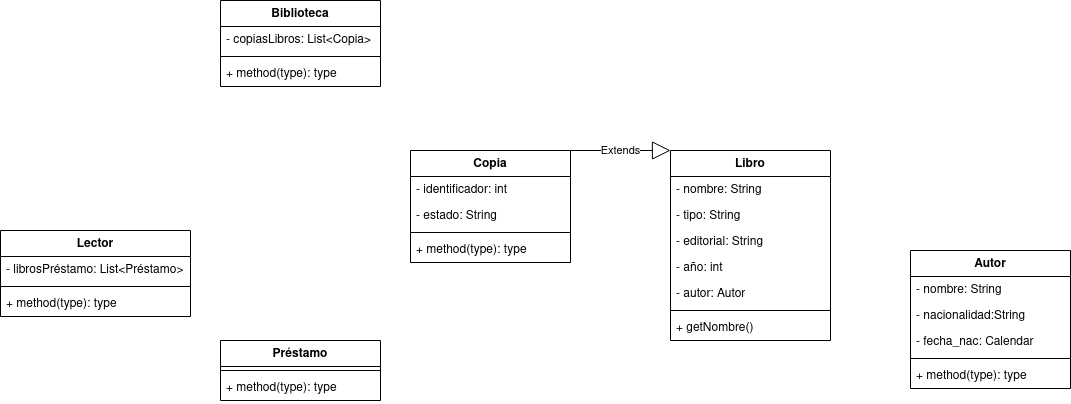
mackstm/ets keeps this draw.io diagram as unidad-4/biblioteca-maxi.png. Above is the earlier version. Source tidied: cells renumbered, new cells last; positions are measured from the earlier drawing's top-left corner, leaving out a move shared by most shapes.
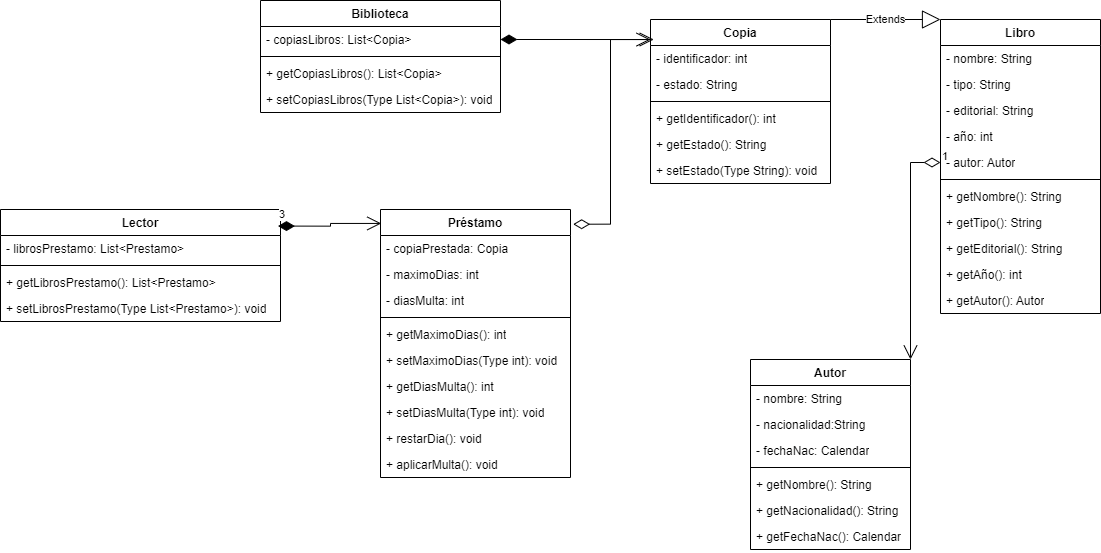
After the commit.

Diff of the diagram source:
```diff
@@ -3,19 +3,22 @@
     <mxCell id="0" />
     <mxCell id="1" parent="0" />
     <mxCell id="2" value="Biblioteca" style="swimlane;fontStyle=1;align=center;verticalAlign=top;horizontal=1;startSize=26;whiteSpace=wrap;html=1;" parent="1" vertex="1">
-      <mxGeometry x="220" width="160" height="86" as="geometry" />
+      <mxGeometry x="-10" y="131" width="240" height="112" as="geometry" />
     </mxCell>
     <mxCell id="3" value="- copiasLibros: List&amp;lt;Copia&amp;gt;" style="text;strokeColor=none;fillColor=none;align=left;verticalAlign=top;spacingLeft=4;spacingRight=4;overflow=hidden;points=[[0,0.5],[1,0.5]];portConstraint=eastwest;whiteSpace=wrap;html=1;" parent="2" vertex="1">
-      <mxGeometry y="26" width="160" height="26" as="geometry" />
+      <mxGeometry y="26" width="240" height="26" as="geometry" />
     </mxCell>
     <mxCell id="4" style="line;strokeWidth=1;fillColor=none;align=left;verticalAlign=middle;spacingTop=-1;spacingLeft=3;spacingRight=3;labelPosition=right;strokeColor=inherit;" parent="2" vertex="1">
-      <mxGeometry y="52" width="160" height="8" as="geometry" />
+      <mxGeometry y="52" width="240" height="8" as="geometry" />
     </mxCell>
-    <mxCell id="5" value="+ method(type): type" style="text;strokeColor=none;fillColor=none;align=left;verticalAlign=top;spacingLeft=4;spacingRight=4;overflow=hidden;whiteSpace=wrap;html=1;" parent="2" vertex="1">
-      <mxGeometry y="60" width="160" height="26" as="geometry" />
+    <mxCell id="5" value="+ getCopiasLibros(): List&amp;lt;Copia&amp;gt;" style="text;strokeColor=none;fillColor=none;align=left;verticalAlign=top;spacingLeft=4;spacingRight=4;overflow=hidden;whiteSpace=wrap;html=1;" parent="2" vertex="1">
+      <mxGeometry y="60" width="240" height="26" as="geometry" />
     </mxCell>
+    <mxCell id="33" value="+ setCopiasLibros(Type List&amp;lt;Copia&amp;gt;): void" style="text;strokeColor=none;fillColor=none;align=left;verticalAlign=top;spacingLeft=4;spacingRight=4;overflow=hidden;whiteSpace=wrap;html=1;" parent="2" vertex="1">
+      <mxGeometry y="86" width="240" height="26" as="geometry" />
+    </mxCell>
     <mxCell id="6" value="Libro" style="swimlane;fontStyle=1;align=center;verticalAlign=top;horizontal=1;startSize=26;whiteSpace=wrap;html=1;" parent="1" vertex="1">
-      <mxGeometry x="670" y="150" width="160" height="190" as="geometry" />
+      <mxGeometry x="670" y="150" width="160" height="294" as="geometry" />
     </mxCell>
     <mxCell id="7" value="&lt;div&gt;- nombre: String&lt;/div&gt;" style="text;strokeColor=none;fillColor=none;align=left;verticalAlign=top;spacingLeft=4;spacingRight=4;overflow=hidden;whiteSpace=wrap;html=1;" parent="6" vertex="1">
       <mxGeometry y="26" width="160" height="26" as="geometry" />
@@ -35,11 +38,23 @@
     <mxCell id="12" style="line;strokeWidth=1;fillColor=none;align=left;verticalAlign=middle;spacingTop=-1;spacingLeft=3;spacingRight=3;labelPosition=right;strokeColor=inherit;" parent="6" vertex="1">
       <mxGeometry y="156" width="160" height="8" as="geometry" />
     </mxCell>
+    <mxCell id="34" value="+ getNombre(): String" style="text;strokeColor=none;fillColor=none;align=left;verticalAlign=top;spacingLeft=4;spacingRight=4;overflow=hidden;whiteSpace=wrap;html=1;" parent="6" vertex="1">
+      <mxGeometry y="164" width="160" height="26" as="geometry" />
+    </mxCell>
+    <mxCell id="35" value="+ getTipo(): String" style="text;strokeColor=none;fillColor=none;align=left;verticalAlign=top;spacingLeft=4;spacingRight=4;overflow=hidden;whiteSpace=wrap;html=1;" parent="6" vertex="1">
+      <mxGeometry y="190" width="160" height="26" as="geometry" />
+    </mxCell>
-    <mxCell id="13" value="+ getNombre()" style="text;strokeColor=none;fillColor=none;align=left;verticalAlign=top;spacingLeft=4;spacingRight=4;overflow=hidden;whiteSpace=wrap;html=1;" parent="6" vertex="1">
-      <mxGeometry y="164" width="160" height="26" as="geometry" />
+    <mxCell id="13" value="+ getEditorial(): String" style="text;strokeColor=none;fillColor=none;align=left;verticalAlign=top;spacingLeft=4;spacingRight=4;overflow=hidden;whiteSpace=wrap;html=1;" parent="6" vertex="1">
+      <mxGeometry y="216" width="160" height="26" as="geometry" />
     </mxCell>
+    <mxCell id="36" value="+ getAño(): int" style="text;strokeColor=none;fillColor=none;align=left;verticalAlign=top;spacingLeft=4;spacingRight=4;overflow=hidden;whiteSpace=wrap;html=1;" parent="6" vertex="1">
+      <mxGeometry y="242" width="160" height="26" as="geometry" />
+    </mxCell>
+    <mxCell id="37" value="+ getAutor(): Autor" style="text;strokeColor=none;fillColor=none;align=left;verticalAlign=top;spacingLeft=4;spacingRight=4;overflow=hidden;whiteSpace=wrap;html=1;" parent="6" vertex="1">
+      <mxGeometry y="268" width="160" height="26" as="geometry" />
+    </mxCell>
     <mxCell id="14" value="Autor" style="swimlane;fontStyle=1;align=center;verticalAlign=top;horizontal=1;startSize=26;whiteSpace=wrap;html=1;" parent="1" vertex="1">
-      <mxGeometry x="910" y="250" width="160" height="138" as="geometry" />
+      <mxGeometry x="480" y="490" width="160" height="190" as="geometry" />
     </mxCell>
     <mxCell id="15" value="&lt;div&gt;- nombre: String&lt;/div&gt;" style="text;strokeColor=none;fillColor=none;align=left;verticalAlign=top;spacingLeft=4;spacingRight=4;overflow=hidden;whiteSpace=wrap;html=1;" parent="14" vertex="1">
       <mxGeometry y="26" width="160" height="26" as="geometry" />
@@ -47,53 +62,111 @@
     <mxCell id="16" value="- nacionalidad:String" style="text;strokeColor=none;fillColor=none;align=left;verticalAlign=top;spacingLeft=4;spacingRight=4;overflow=hidden;whiteSpace=wrap;html=1;" parent="14" vertex="1">
       <mxGeometry y="52" width="160" height="26" as="geometry" />
     </mxCell>
-    <mxCell id="17" value="- fecha_nac: Calendar" style="text;strokeColor=none;fillColor=none;align=left;verticalAlign=top;spacingLeft=4;spacingRight=4;overflow=hidden;whiteSpace=wrap;html=1;" parent="14" vertex="1">
+    <mxCell id="17" value="- fechaNac: Calendar" style="text;strokeColor=none;fillColor=none;align=left;verticalAlign=top;spacingLeft=4;spacingRight=4;overflow=hidden;whiteSpace=wrap;html=1;" parent="14" vertex="1">
       <mxGeometry y="78" width="160" height="26" as="geometry" />
     </mxCell>
     <mxCell id="18" style="line;strokeWidth=1;fillColor=none;align=left;verticalAlign=middle;spacingTop=-1;spacingLeft=3;spacingRight=3;labelPosition=right;strokeColor=inherit;" parent="14" vertex="1">
       <mxGeometry y="104" width="160" height="8" as="geometry" />
     </mxCell>
-    <mxCell id="19" value="+ method(type): type" style="text;strokeColor=none;fillColor=none;align=left;verticalAlign=top;spacingLeft=4;spacingRight=4;overflow=hidden;whiteSpace=wrap;html=1;" parent="14" vertex="1">
+    <mxCell id="19" value="+ getNombre(): String" style="text;strokeColor=none;fillColor=none;align=left;verticalAlign=top;spacingLeft=4;spacingRight=4;overflow=hidden;whiteSpace=wrap;html=1;" parent="14" vertex="1">
       <mxGeometry y="112" width="160" height="26" as="geometry" />
     </mxCell>
+    <mxCell id="38" value="+ getNacionalidad(): String" style="text;strokeColor=none;fillColor=none;align=left;verticalAlign=top;spacingLeft=4;spacingRight=4;overflow=hidden;whiteSpace=wrap;html=1;" parent="14" vertex="1">
+      <mxGeometry y="138" width="160" height="26" as="geometry" />
+    </mxCell>
+    <mxCell id="39" value="+ getFechaNac(): Calendar" style="text;strokeColor=none;fillColor=none;align=left;verticalAlign=top;spacingLeft=4;spacingRight=4;overflow=hidden;whiteSpace=wrap;html=1;" parent="14" vertex="1">
+      <mxGeometry y="164" width="160" height="26" as="geometry" />
+    </mxCell>
     <mxCell id="20" value="Copia" style="swimlane;fontStyle=1;align=center;verticalAlign=top;horizontal=1;startSize=26;whiteSpace=wrap;html=1;" parent="1" vertex="1">
-      <mxGeometry x="410" y="150" width="160" height="112" as="geometry" />
+      <mxGeometry x="380" y="150" width="180" height="164" as="geometry" />
     </mxCell>
     <mxCell id="21" value="&lt;div&gt;- identificador: int&lt;/div&gt;" style="text;strokeColor=none;fillColor=none;align=left;verticalAlign=top;spacingLeft=4;spacingRight=4;overflow=hidden;whiteSpace=wrap;html=1;" parent="20" vertex="1">
-      <mxGeometry y="26" width="160" height="26" as="geometry" />
+      <mxGeometry y="26" width="180" height="26" as="geometry" />
     </mxCell>
     <mxCell id="22" value="- estado: String" style="text;strokeColor=none;fillColor=none;align=left;verticalAlign=top;spacingLeft=4;spacingRight=4;overflow=hidden;whiteSpace=wrap;html=1;" parent="20" vertex="1">
-      <mxGeometry y="52" width="160" height="26" as="geometry" />
+      <mxGeometry y="52" width="180" height="26" as="geometry" />
     </mxCell>
     <mxCell id="23" style="line;strokeWidth=1;fillColor=none;align=left;verticalAlign=middle;spacingTop=-1;spacingLeft=3;spacingRight=3;labelPosition=right;strokeColor=inherit;" parent="20" vertex="1">
-      <mxGeometry y="78" width="160" height="8" as="geometry" />
+      <mxGeometry y="78" width="180" height="8" as="geometry" />
     </mxCell>
-    <mxCell id="24" value="+ method(type): type" style="text;strokeColor=none;fillColor=none;align=left;verticalAlign=top;spacingLeft=4;spacingRight=4;overflow=hidden;whiteSpace=wrap;html=1;" parent="20" vertex="1">
-      <mxGeometry y="86" width="160" height="26" as="geometry" />
+    <mxCell id="24" value="+ getIdentificador(): int" style="text;strokeColor=none;fillColor=none;align=left;verticalAlign=top;spacingLeft=4;spacingRight=4;overflow=hidden;whiteSpace=wrap;html=1;" parent="20" vertex="1">
+      <mxGeometry y="86" width="180" height="26" as="geometry" />
     </mxCell>
+    <mxCell id="40" value="+ getEstado(): String" style="text;strokeColor=none;fillColor=none;align=left;verticalAlign=top;spacingLeft=4;spacingRight=4;overflow=hidden;whiteSpace=wrap;html=1;" parent="20" vertex="1">
+      <mxGeometry y="112" width="180" height="26" as="geometry" />
+    </mxCell>
+    <mxCell id="41" value="+ setEstado(Type String): void" style="text;strokeColor=none;fillColor=none;align=left;verticalAlign=top;spacingLeft=4;spacingRight=4;overflow=hidden;whiteSpace=wrap;html=1;" parent="20" vertex="1">
+      <mxGeometry y="138" width="180" height="26" as="geometry" />
+    </mxCell>
     <mxCell id="25" value="Lector" style="swimlane;fontStyle=1;align=center;verticalAlign=top;horizontal=1;startSize=26;whiteSpace=wrap;html=1;" parent="1" vertex="1">
-      <mxGeometry y="230" width="190" height="86" as="geometry" />
+      <mxGeometry x="-270" y="340" width="280" height="112" as="geometry" />
     </mxCell>
-    <mxCell id="26" value="- librosPréstamo: List&amp;lt;Préstamo&amp;gt;" style="text;strokeColor=none;fillColor=none;align=left;verticalAlign=top;spacingLeft=4;spacingRight=4;overflow=hidden;whiteSpace=wrap;html=1;" parent="25" vertex="1">
-      <mxGeometry y="26" width="190" height="26" as="geometry" />
+    <mxCell id="26" value="- librosPrestamo: List&amp;lt;Prestamo&amp;gt;" style="text;strokeColor=none;fillColor=none;align=left;verticalAlign=top;spacingLeft=4;spacingRight=4;overflow=hidden;whiteSpace=wrap;html=1;" parent="25" vertex="1">
+      <mxGeometry y="26" width="280" height="26" as="geometry" />
     </mxCell>
     <mxCell id="27" style="line;strokeWidth=1;fillColor=none;align=left;verticalAlign=middle;spacingTop=-1;spacingLeft=3;spacingRight=3;labelPosition=right;strokeColor=inherit;" parent="25" vertex="1">
-      <mxGeometry y="52" width="190" height="8" as="geometry" />
+      <mxGeometry y="52" width="280" height="8" as="geometry" />
     </mxCell>
-    <mxCell id="28" value="+ method(type): type" style="text;strokeColor=none;fillColor=none;align=left;verticalAlign=top;spacingLeft=4;spacingRight=4;overflow=hidden;whiteSpace=wrap;html=1;" parent="25" vertex="1">
-      <mxGeometry y="60" width="190" height="26" as="geometry" />
+    <mxCell id="28" value="+ getLibrosPrestamo(): List&amp;lt;Prestamo&amp;gt;" style="text;strokeColor=none;fillColor=none;align=left;verticalAlign=top;spacingLeft=4;spacingRight=4;overflow=hidden;whiteSpace=wrap;html=1;" parent="25" vertex="1">
+      <mxGeometry y="60" width="280" height="26" as="geometry" />
     </mxCell>
+    <mxCell id="42" value="+ setLibrosPrestamo(Type List&amp;lt;Prestamo&amp;gt;): void" style="text;strokeColor=none;fillColor=none;align=left;verticalAlign=top;spacingLeft=4;spacingRight=4;overflow=hidden;whiteSpace=wrap;html=1;" parent="25" vertex="1">
+      <mxGeometry y="86" width="280" height="26" as="geometry" />
+    </mxCell>
     <mxCell id="29" value="Préstamo" style="swimlane;fontStyle=1;align=center;verticalAlign=top;horizontal=1;startSize=26;whiteSpace=wrap;html=1;" parent="1" vertex="1">
-      <mxGeometry x="220" y="340" width="160" height="60" as="geometry" />
+      <mxGeometry x="110" y="340" width="190" height="268" as="geometry" />
     </mxCell>
+    <mxCell id="43" value="- copiaPrestada: Copia" style="text;strokeColor=none;fillColor=none;align=left;verticalAlign=top;spacingLeft=4;spacingRight=4;overflow=hidden;whiteSpace=wrap;html=1;" parent="29" vertex="1">
+      <mxGeometry y="26" width="190" height="26" as="geometry" />
+    </mxCell>
+    <mxCell id="44" value="- maximoDias: int" style="text;strokeColor=none;fillColor=none;align=left;verticalAlign=top;spacingLeft=4;spacingRight=4;overflow=hidden;whiteSpace=wrap;html=1;" parent="29" vertex="1">
+      <mxGeometry y="52" width="190" height="26" as="geometry" />
+    </mxCell>
+    <mxCell id="45" value="- diasMulta: int" style="text;strokeColor=none;fillColor=none;align=left;verticalAlign=top;spacingLeft=4;spacingRight=4;overflow=hidden;whiteSpace=wrap;html=1;" parent="29" vertex="1">
+      <mxGeometry y="78" width="190" height="26" as="geometry" />
+    </mxCell>
     <mxCell id="30" style="line;strokeWidth=1;fillColor=none;align=left;verticalAlign=middle;spacingTop=-1;spacingLeft=3;spacingRight=3;labelPosition=right;strokeColor=inherit;" parent="29" vertex="1">
-      <mxGeometry y="26" width="160" height="8" as="geometry" />
+      <mxGeometry y="104" width="190" height="8" as="geometry" />
     </mxCell>
-    <mxCell id="31" value="+ method(type): type" style="text;strokeColor=none;fillColor=none;align=left;verticalAlign=top;spacingLeft=4;spacingRight=4;overflow=hidden;whiteSpace=wrap;html=1;" parent="29" vertex="1">
-      <mxGeometry y="34" width="160" height="26" as="geometry" />
+    <mxCell id="31" value="+ getMaximoDias(): int" style="text;strokeColor=none;fillColor=none;align=left;verticalAlign=top;spacingLeft=4;spacingRight=4;overflow=hidden;whiteSpace=wrap;html=1;" parent="29" vertex="1">
+      <mxGeometry y="112" width="190" height="26" as="geometry" />
     </mxCell>
+    <mxCell id="46" value="+ setMaximoDias(Type int): void" style="text;strokeColor=none;fillColor=none;align=left;verticalAlign=top;spacingLeft=4;spacingRight=4;overflow=hidden;whiteSpace=wrap;html=1;" parent="29" vertex="1">
+      <mxGeometry y="138" width="190" height="26" as="geometry" />
+    </mxCell>
+    <mxCell id="47" value="+ getDiasMulta(): int" style="text;strokeColor=none;fillColor=none;align=left;verticalAlign=top;spacingLeft=4;spacingRight=4;overflow=hidden;whiteSpace=wrap;html=1;" parent="29" vertex="1">
+      <mxGeometry y="164" width="190" height="26" as="geometry" />
+    </mxCell>
+    <mxCell id="48" value="+ setDiasMulta(Type int): void" style="text;strokeColor=none;fillColor=none;align=left;verticalAlign=top;spacingLeft=4;spacingRight=4;overflow=hidden;whiteSpace=wrap;html=1;" parent="29" vertex="1">
+      <mxGeometry y="190" width="190" height="26" as="geometry" />
+    </mxCell>
+    <mxCell id="49" value="+ restarDia(): void" style="text;strokeColor=none;fillColor=none;align=left;verticalAlign=top;spacingLeft=4;spacingRight=4;overflow=hidden;whiteSpace=wrap;html=1;" parent="29" vertex="1">
+      <mxGeometry y="216" width="190" height="26" as="geometry" />
+    </mxCell>
+    <mxCell id="50" value="+ aplicarMulta(): void" style="text;strokeColor=none;fillColor=none;align=left;verticalAlign=top;spacingLeft=4;spacingRight=4;overflow=hidden;whiteSpace=wrap;html=1;" parent="29" vertex="1">
+      <mxGeometry y="242" width="190" height="26" as="geometry" />
+    </mxCell>
     <mxCell id="32" value="Extends" style="endArrow=block;endSize=16;endFill=0;html=1;rounded=0;exitX=1;exitY=0;exitDx=0;exitDy=0;entryX=0;entryY=0;entryDx=0;entryDy=0;" parent="1" edge="1" source="20" target="6">
       <mxGeometry relative="1" as="geometry" />
     </mxCell>
+    <mxCell id="51" value="1" style="endArrow=open;html=1;endSize=12;startArrow=diamondThin;startSize=14;startFill=0;edgeStyle=orthogonalEdgeStyle;align=left;verticalAlign=bottom;rounded=0;exitX=0;exitY=0.5;exitDx=0;exitDy=0;entryX=1;entryY=0;entryDx=0;entryDy=0;" parent="1" edge="1" source="11" target="14">
+      <mxGeometry x="-1" y="3" relative="1" as="geometry" />
+    </mxCell>
+    <mxCell id="52" style="endArrow=open;html=1;endSize=12;startArrow=diamondThin;startSize=14;startFill=1;edgeStyle=orthogonalEdgeStyle;align=left;verticalAlign=bottom;rounded=0;exitX=1;exitY=0.5;exitDx=0;exitDy=0;entryX=0.018;entryY=0.122;entryDx=0;entryDy=0;entryPerimeter=0;" parent="1" edge="1" source="3" target="20">
+      <mxGeometry x="-1" y="3" relative="1" as="geometry" />
+    </mxCell>
+    <mxCell id="53" value="3" style="endArrow=open;html=1;endSize=12;startArrow=diamondThin;startSize=14;startFill=1;edgeStyle=orthogonalEdgeStyle;align=left;verticalAlign=bottom;rounded=0;exitX=0.991;exitY=0.148;exitDx=0;exitDy=0;exitPerimeter=0;entryX=0.004;entryY=0.052;entryDx=0;entryDy=0;entryPerimeter=0;" parent="1" edge="1" source="25" target="29">
+      <mxGeometry x="-1" y="3" relative="1" as="geometry" />
+    </mxCell>
+    <mxCell id="54" style="endArrow=open;html=1;endSize=12;startArrow=diamondThin;startSize=14;startFill=0;edgeStyle=orthogonalEdgeStyle;align=left;verticalAlign=bottom;rounded=0;exitX=1.014;exitY=0.055;exitDx=0;exitDy=0;exitPerimeter=0;" parent="1" edge="1" source="29">
+      <mxGeometry x="-1" y="3" relative="1" as="geometry">
+        <mxPoint x="380" y="170" as="targetPoint" />
+        <Array as="points">
+          <mxPoint x="340" y="355" />
+          <mxPoint x="340" y="170" />
+          <mxPoint x="380" y="170" />
+        </Array>
+      </mxGeometry>
+    </mxCell>
   </root>
 </mxGraphModel>
```
